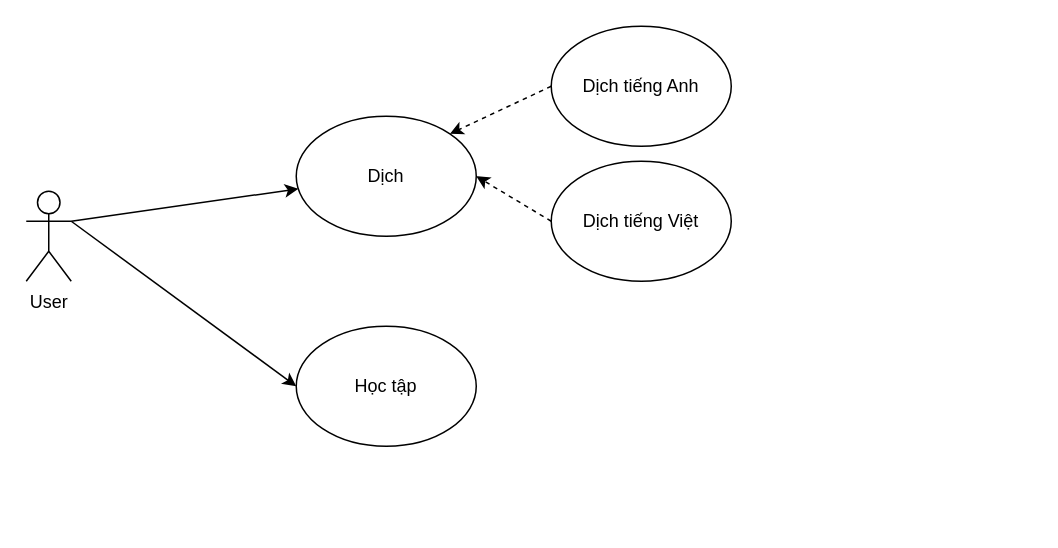
The draw.io diagram system-design/uc-dia.drawio in 74Senpai/translate-study-project, before the edit. Source tidied: cells renumbered, new cells numbered last; positions are measured from the earlier drawing's top-left corner, leaving out a move shared by most shapes. Both pictures are drawn from the tidied source at 150%, with x=0, y=0 at pixel (26, 26).
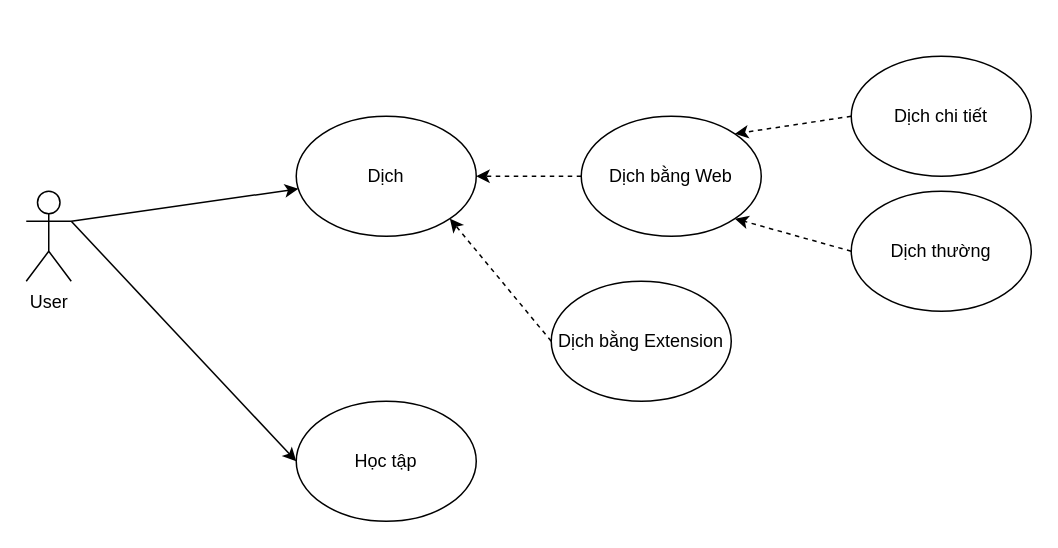
Above is the later version.

The edit, as a diff of the source:
```diff
@@
 <mxGraphModel>
   <root>
     <mxCell id="0" />
     <mxCell id="1" parent="0" />
     <mxCell id="2" style="rounded=0;jettySize=auto;html=1;exitX=1;exitY=0.3333333333333333;exitDx=0;exitDy=0;exitPerimeter=0;" parent="1" edge="1" source="4" target="6">
       <mxGeometry relative="1" as="geometry" />
     </mxCell>
     <mxCell id="3" style="rounded=0;jettySize=auto;html=1;exitX=1;exitY=0.3333333333333333;exitDx=0;exitDy=0;exitPerimeter=0;entryX=0;entryY=0.5;entryDx=0;entryDy=0;" parent="1" edge="1" source="4" target="7">
       <mxGeometry relative="1" as="geometry" />
     </mxCell>
     <mxCell id="4" value="User" style="shape=umlActor;verticalLabelPosition=bottom;verticalAlign=top;html=1;outlineConnect=0;" parent="1" vertex="1">
       <mxGeometry y="110" width="30" height="60" as="geometry" />
     </mxCell>
-    <mxCell id="5" style="rounded=0;jettySize=auto;html=1;dashed=1;entryX=1;entryY=0.5;entryDx=0;entryDy=0;exitX=0;exitY=0.5;exitDx=0;exitDy=0;" parent="1" edge="1" source="10" target="6">
+    <mxCell id="5" style="rounded=0;jettySize=auto;html=1;dashed=1;entryX=1;entryY=1;entryDx=0;entryDy=0;exitX=0;exitY=0.5;exitDx=0;exitDy=0;" parent="1" edge="1" source="10" target="6">
       <mxGeometry relative="1" as="geometry" />
     </mxCell>
     <mxCell id="6" value="Dịch" style="ellipse;whiteSpace=wrap;html=1;shapeInside=1;" parent="1" vertex="1">
       <mxGeometry x="180" y="60" width="120" height="80" as="geometry" />
     </mxCell>
     <mxCell id="7" value="Học tập" style="ellipse;whiteSpace=wrap;html=1;shapeInside=1;" parent="1" vertex="1">
-      <mxGeometry x="180" y="200" width="120" height="80" as="geometry" />
+      <mxGeometry x="180" y="250" width="120" height="80" as="geometry" />
     </mxCell>
-    <mxCell id="8" style="rounded=0;jettySize=auto;html=1;exitX=0;exitY=0.5;exitDx=0;exitDy=0;entryX=1;entryY=0;entryDx=0;entryDy=0;dashed=1;" parent="1" edge="1" source="9" target="6">
+    <mxCell id="8" style="rounded=0;jettySize=auto;html=1;exitX=0;exitY=0.5;exitDx=0;exitDy=0;entryX=1;entryY=0.5;entryDx=0;entryDy=0;dashed=1;" parent="1" edge="1" source="9" target="6">
       <mxGeometry relative="1" as="geometry" />
     </mxCell>
-    <mxCell id="9" value="Dịch tiếng Anh" style="ellipse;whiteSpace=wrap;html=1;shapeInside=1;" parent="1" vertex="1">
-      <mxGeometry x="350" width="120" height="80" as="geometry" />
+    <mxCell id="9" value="Dịch bằng Web" style="ellipse;whiteSpace=wrap;html=1;shapeInside=1;" parent="1" vertex="1">
+      <mxGeometry x="370" y="60" width="120" height="80" as="geometry" />
     </mxCell>
-    <mxCell id="10" value="Dịch tiếng Việt" style="ellipse;whiteSpace=wrap;html=1;shapeInside=1;" parent="1" vertex="1">
-      <mxGeometry x="350" y="90" width="120" height="80" as="geometry" />
+    <mxCell id="10" value="Dịch bằng Extension" style="ellipse;whiteSpace=wrap;html=1;shapeInside=1;" parent="1" vertex="1">
+      <mxGeometry x="350" y="170" width="120" height="80" as="geometry" />
     </mxCell>
+    <mxCell id="11" style="rounded=0;jettySize=auto;html=1;exitX=0;exitY=0.5;exitDx=0;exitDy=0;entryX=1;entryY=0;entryDx=0;entryDy=0;dashed=1;" parent="1" edge="1" source="12" target="9">
+      <mxGeometry relative="1" as="geometry" />
+    </mxCell>
+    <mxCell id="12" value="Dịch chi tiết" style="ellipse;whiteSpace=wrap;html=1;shapeInside=1;" parent="1" vertex="1">
+      <mxGeometry x="550" y="20" width="120" height="80" as="geometry" />
+    </mxCell>
+    <mxCell id="13" style="rounded=0;jettySize=auto;html=1;exitX=0;exitY=0.5;exitDx=0;exitDy=0;entryX=1;entryY=1;entryDx=0;entryDy=0;dashed=1;" parent="1" edge="1" source="14" target="9">
+      <mxGeometry relative="1" as="geometry" />
+    </mxCell>
+    <mxCell id="14" value="Dịch thường" style="ellipse;whiteSpace=wrap;html=1;shapeInside=1;" parent="1" vertex="1">
+      <mxGeometry x="550" y="110" width="120" height="80" as="geometry" />
+    </mxCell>
   </root>
 </mxGraphModel>
```
